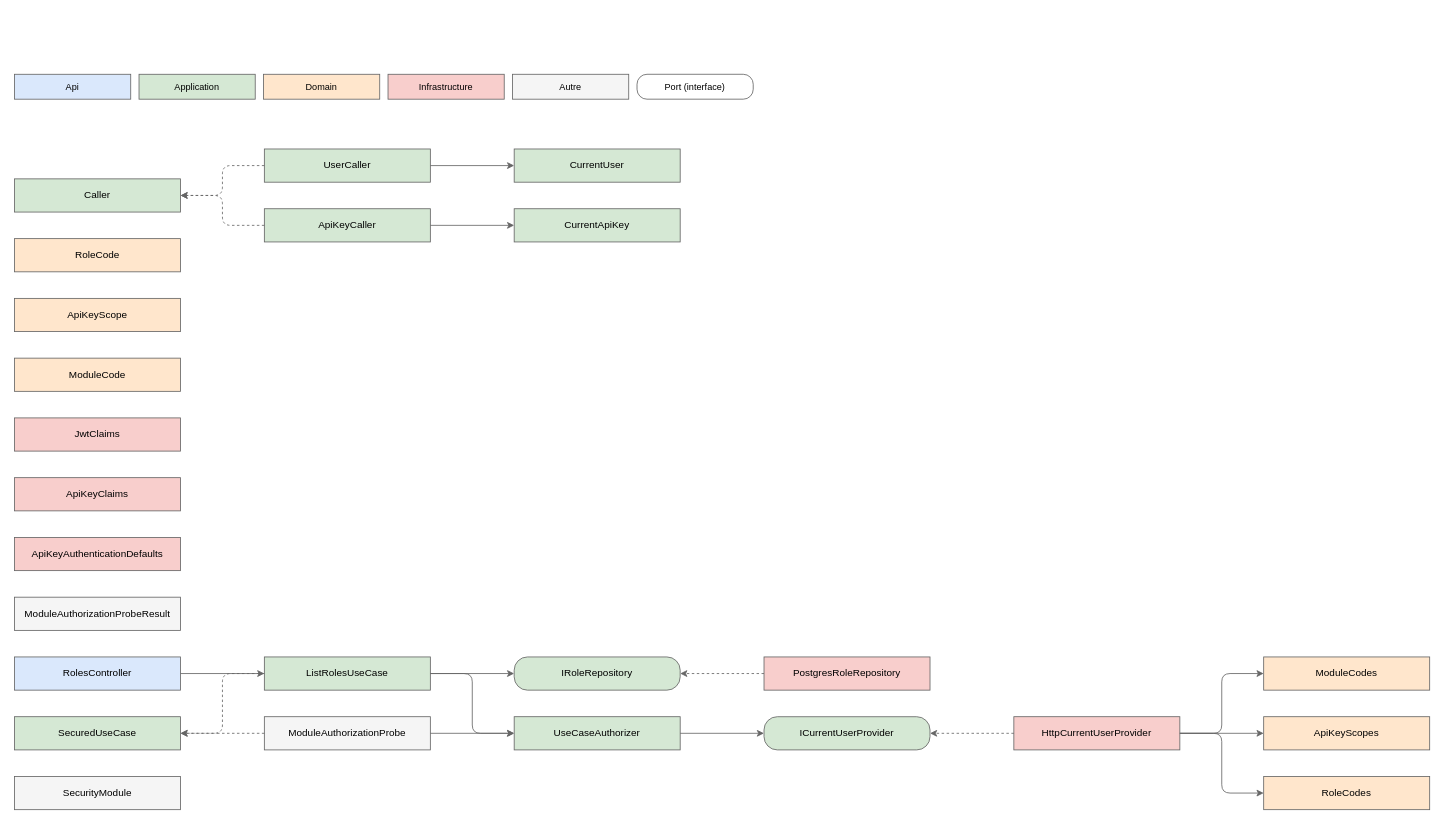
The draw.io diagram api/docs/diagrams/Core/Security/security.drawio in huiitre/Tools-app, before the edit. Source tidied: cells renumbered, new cells numbered last; positions are measured from the earlier drawing's top-left corner, leaving out a move shared by most shapes. Both pictures are drawn from the tidied source at 83%, with x=0, y=0 at pixel (14, 74).
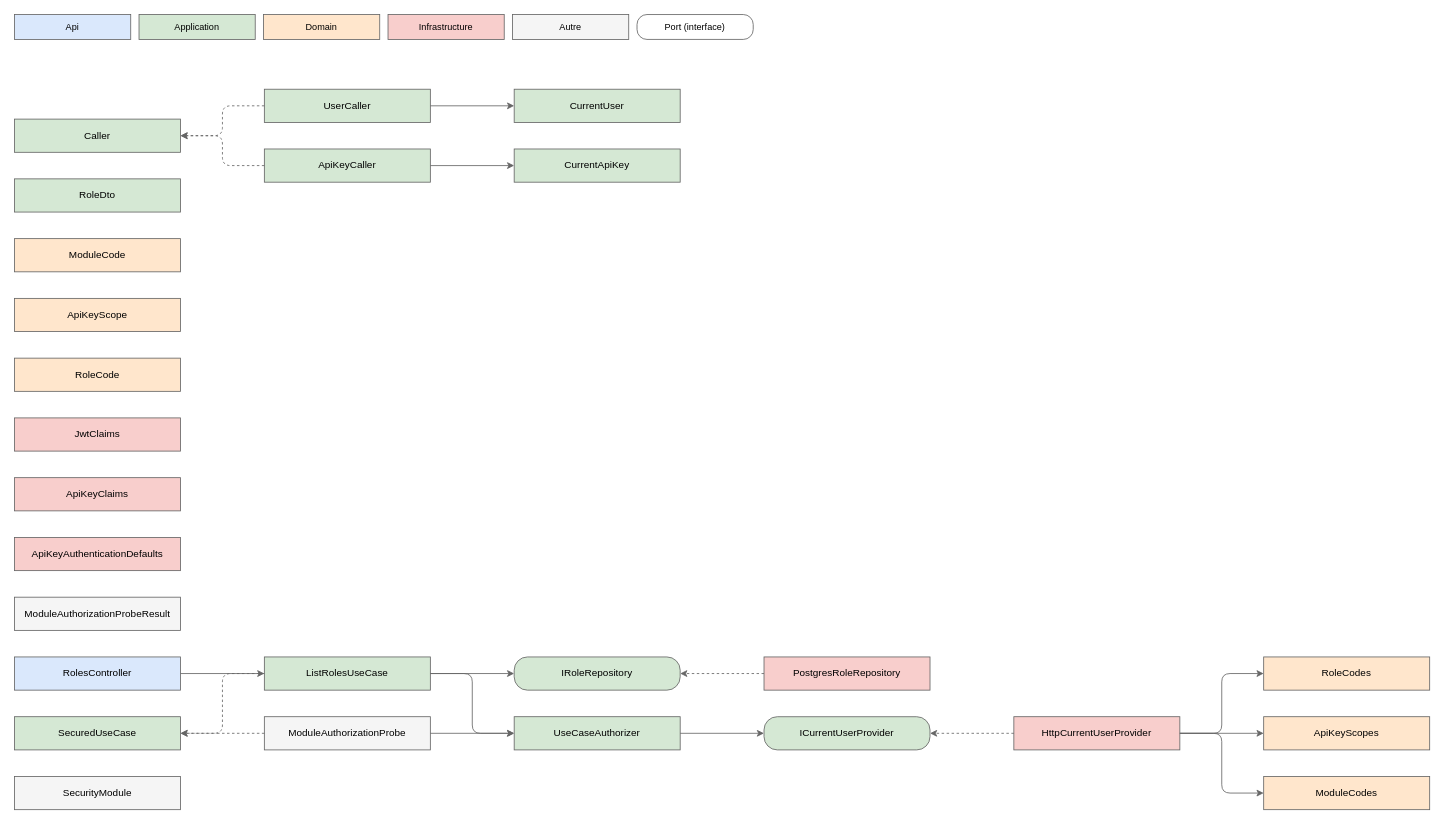
The same page after the edit.

Diff of the diagram source:
```diff
@@
     <mxCell id="2" value="Api" style="rounded=0;whiteSpace=wrap;html=1;fillColor=#dae8fc;strokeColor=#666666;fontSize=11;" parent="1" vertex="1">
-      <mxGeometry width="140" height="30" as="geometry" />
+      <mxGeometry y="-72" width="140" height="30" as="geometry" />
     </mxCell>
     <mxCell id="3" value="Application" style="rounded=0;whiteSpace=wrap;html=1;fillColor=#d5e8d4;strokeColor=#666666;fontSize=11;" parent="1" vertex="1">
-      <mxGeometry x="150" width="140" height="30" as="geometry" />
+      <mxGeometry x="150" y="-72" width="140" height="30" as="geometry" />
     </mxCell>
     <mxCell id="4" value="Domain" style="rounded=0;whiteSpace=wrap;html=1;fillColor=#ffe6cc;strokeColor=#666666;fontSize=11;" parent="1" vertex="1">
-      <mxGeometry x="300" width="140" height="30" as="geometry" />
+      <mxGeometry x="300" y="-72" width="140" height="30" as="geometry" />
     </mxCell>
     <mxCell id="5" value="Infrastructure" style="rounded=0;whiteSpace=wrap;html=1;fillColor=#f8cecc;strokeColor=#666666;fontSize=11;" parent="1" vertex="1">
-      <mxGeometry x="450" width="140" height="30" as="geometry" />
+      <mxGeometry x="450" y="-72" width="140" height="30" as="geometry" />
     </mxCell>
     <mxCell id="6" value="Autre" style="rounded=0;whiteSpace=wrap;html=1;fillColor=#f5f5f5;strokeColor=#666666;fontSize=11;" parent="1" vertex="1">
-      <mxGeometry x="600" width="140" height="30" as="geometry" />
+      <mxGeometry x="600" y="-72" width="140" height="30" as="geometry" />
     </mxCell>
     <mxCell id="7" value="Port (interface)" style="rounded=1;arcSize=40;whiteSpace=wrap;html=1;fillColor=#ffffff;strokeColor=#666666;fontSize=11;dashed=0;" parent="1" vertex="1">
-      <mxGeometry x="750" width="140" height="30" as="geometry" />
+      <mxGeometry x="750" y="-72" width="140" height="30" as="geometry" />
     </mxCell>
@@
     <mxCell id="9" value="ApiKeyCaller" style="rounded=0;whiteSpace=wrap;html=1;fillColor=#d5e8d4;strokeColor=#666666;" parent="1" vertex="1">
-      <mxGeometry x="301" y="162" width="200" height="40" as="geometry" />
+      <mxGeometry x="301" y="90" width="200" height="40" as="geometry" />
     </mxCell>
@@
     <mxCell id="13" value="Caller" style="rounded=0;whiteSpace=wrap;html=1;fillColor=#d5e8d4;strokeColor=#666666;" parent="1" vertex="1">
-      <mxGeometry y="126" width="200" height="40" as="geometry" />
+      <mxGeometry y="54" width="200" height="40" as="geometry" />
     </mxCell>
     <mxCell id="14" value="CurrentApiKey" style="rounded=0;whiteSpace=wrap;html=1;fillColor=#d5e8d4;strokeColor=#666666;" parent="1" vertex="1">
-      <mxGeometry x="602" y="162" width="200" height="40" as="geometry" />
+      <mxGeometry x="602" y="90" width="200" height="40" as="geometry" />
     </mxCell>
     <mxCell id="15" value="CurrentUser" style="rounded=0;whiteSpace=wrap;html=1;fillColor=#d5e8d4;strokeColor=#666666;" parent="1" vertex="1">
-      <mxGeometry x="602" y="90" width="200" height="40" as="geometry" />
+      <mxGeometry x="602" y="18" width="200" height="40" as="geometry" />
     </mxCell>
@@
     <mxCell id="23" value="ModuleCode" style="rounded=0;whiteSpace=wrap;html=1;fillColor=#ffe6cc;strokeColor=#666666;" parent="1" vertex="1">
-      <mxGeometry y="342" width="200" height="40" as="geometry" />
+      <mxGeometry y="198" width="200" height="40" as="geometry" />
     </mxCell>
     <mxCell id="24" value="ModuleCodes" style="rounded=0;whiteSpace=wrap;html=1;fillColor=#ffe6cc;strokeColor=#666666;" parent="1" vertex="1">
-      <mxGeometry x="1505" y="702" width="200" height="40" as="geometry" />
+      <mxGeometry x="1505" y="846" width="200" height="40" as="geometry" />
     </mxCell>
@@
     <mxCell id="26" value="RoleCode" style="rounded=0;whiteSpace=wrap;html=1;fillColor=#ffe6cc;strokeColor=#666666;" parent="1" vertex="1">
-      <mxGeometry y="198" width="200" height="40" as="geometry" />
+      <mxGeometry y="342" width="200" height="40" as="geometry" />
     </mxCell>
     <mxCell id="27" value="RoleCodes" style="rounded=0;whiteSpace=wrap;html=1;fillColor=#ffe6cc;strokeColor=#666666;" parent="1" vertex="1">
-      <mxGeometry x="1505" y="846" width="200" height="40" as="geometry" />
+      <mxGeometry x="1505" y="702" width="200" height="40" as="geometry" />
     </mxCell>
+    <mxCell id="49" value="RoleDto" style="rounded=0;whiteSpace=wrap;html=1;fillColor=#d5e8d4;strokeColor=#666666;" parent="1" vertex="1">
+      <mxGeometry y="126" width="200" height="40" as="geometry" />
+    </mxCell>
@@
     <mxCell id="32" value="UserCaller" style="rounded=0;whiteSpace=wrap;html=1;fillColor=#d5e8d4;strokeColor=#666666;" parent="1" vertex="1">
-      <mxGeometry x="301" y="90" width="200" height="40" as="geometry" />
+      <mxGeometry x="301" y="18" width="200" height="40" as="geometry" />
     </mxCell>
```
